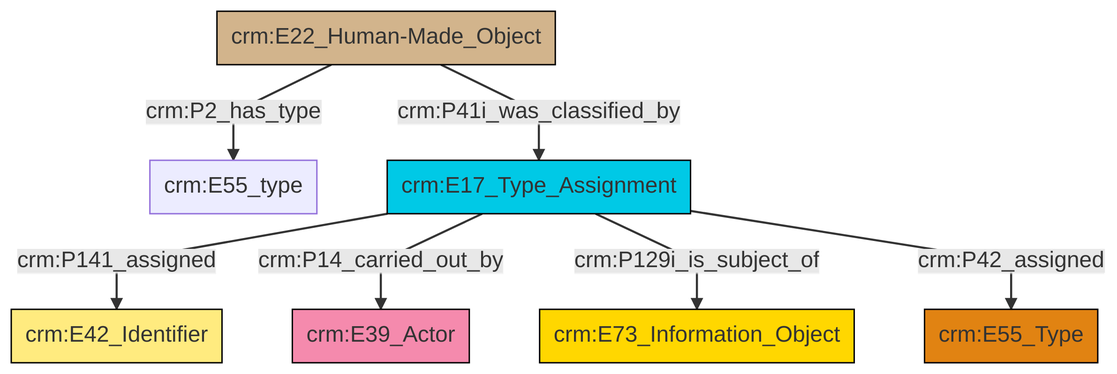
This is et/builtWorkCSV/ttl/mmd/png/Built_Work_designation_status.png from swiss-art-research-net/reference-data-models, a Mermaid export, as it was before one commit. Its source is kept beside it as et/builtWorkCSV/ttl/mmd/Built_Work_designation_status.ttl.mmd. Its diagram source:
```mermaid
graph TD
classDef Literal fill:#f2f2f2,stroke:#000000;
classDef CRM_Entity fill:#FFFFFF,stroke:#000000;
classDef Temporal_Entity fill:#00C9E6, stroke:#000000;
classDef Type fill:#E18312, stroke:#000000;
classDef Time-Span fill:#2C9C91, stroke:#000000;
classDef Appellation fill:#FFEB7F, stroke:#000000;
classDef Place fill:#008836, stroke:#000000;
classDef Persistent_Item fill:#B266B2, stroke:#000000;
classDef Conceptual_Object fill:#FFD700, stroke:#000000;
classDef Physical_Thing fill:#D2B48C, stroke:#000000;
classDef Actor fill:#f58aad, stroke:#000000;
classDef PC_Classes fill:#4ce600, stroke:#000000;
classDef Multi fill:#cccccc,stroke:#000000;

0["crm:E22_Human-Made_Object"]:::Physical_Thing -->|crm:P2_has_type| 1["crm:E55_type"]:::Default
0["crm:E22_Human-Made_Object"]:::Physical_Thing -->|crm:P41i_was_classified_by| 10["crm:E17_Type_Assignment"]:::Temporal_Entity
10["crm:E17_Type_Assignment"]:::Temporal_Entity -->|crm:P141_assigned| 12["crm:E42_Identifier"]:::Appellation
10["crm:E17_Type_Assignment"]:::Temporal_Entity -->|crm:P14_carried_out_by| 2["crm:E39_Actor"]:::Actor
10["crm:E17_Type_Assignment"]:::Temporal_Entity -->|crm:P129i_is_subject_of| 8["crm:E73_Information_Object"]:::Conceptual_Object
10["crm:E17_Type_Assignment"]:::Temporal_Entity -->|crm:P42_assigned| 5["crm:E55_Type"]:::Type
```
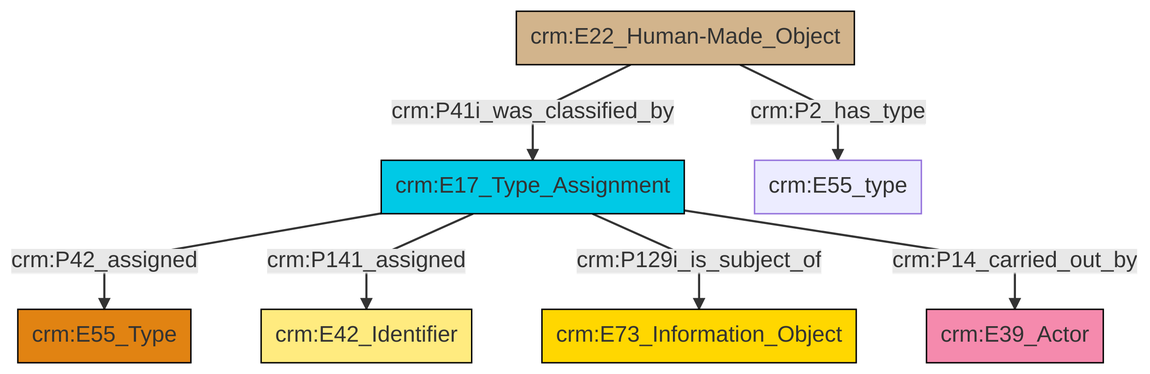
Later version of the same file.

Diff of the diagram source:
```diff
@@ -13,9 +13,9 @@
 classDef PC_Classes fill:#4ce600, stroke:#000000;
 classDef Multi fill:#cccccc,stroke:#000000;
 
-0["crm:E22_Human-Made_Object"]:::Physical_Thing -->|crm:P2_has_type| 1["crm:E55_type"]:::Default
-0["crm:E22_Human-Made_Object"]:::Physical_Thing -->|crm:P41i_was_classified_by| 10["crm:E17_Type_Assignment"]:::Temporal_Entity
-10["crm:E17_Type_Assignment"]:::Temporal_Entity -->|crm:P141_assigned| 12["crm:E42_Identifier"]:::Appellation
-10["crm:E17_Type_Assignment"]:::Temporal_Entity -->|crm:P14_carried_out_by| 2["crm:E39_Actor"]:::Actor
-10["crm:E17_Type_Assignment"]:::Temporal_Entity -->|crm:P129i_is_subject_of| 8["crm:E73_Information_Object"]:::Conceptual_Object
-10["crm:E17_Type_Assignment"]:::Temporal_Entity -->|crm:P42_assigned| 5["crm:E55_Type"]:::Type
+0["crm:E17_Type_Assignment"]:::Temporal_Entity -->|crm:P42_assigned| 1["crm:E55_Type"]:::Type
+9["crm:E22_Human-Made_Object"]:::Physical_Thing -->|crm:P41i_was_classified_by| 0["crm:E17_Type_Assignment"]:::Temporal_Entity
+0["crm:E17_Type_Assignment"]:::Temporal_Entity -->|crm:P141_assigned| 11["crm:E42_Identifier"]:::Appellation
+9["crm:E22_Human-Made_Object"]:::Physical_Thing -->|crm:P2_has_type| 5["crm:E55_type"]:::Default
+0["crm:E17_Type_Assignment"]:::Temporal_Entity -->|crm:P129i_is_subject_of| 3["crm:E73_Information_Object"]:::Conceptual_Object
+0["crm:E17_Type_Assignment"]:::Temporal_Entity -->|crm:P14_carried_out_by| 7["crm:E39_Actor"]:::Actor
```
